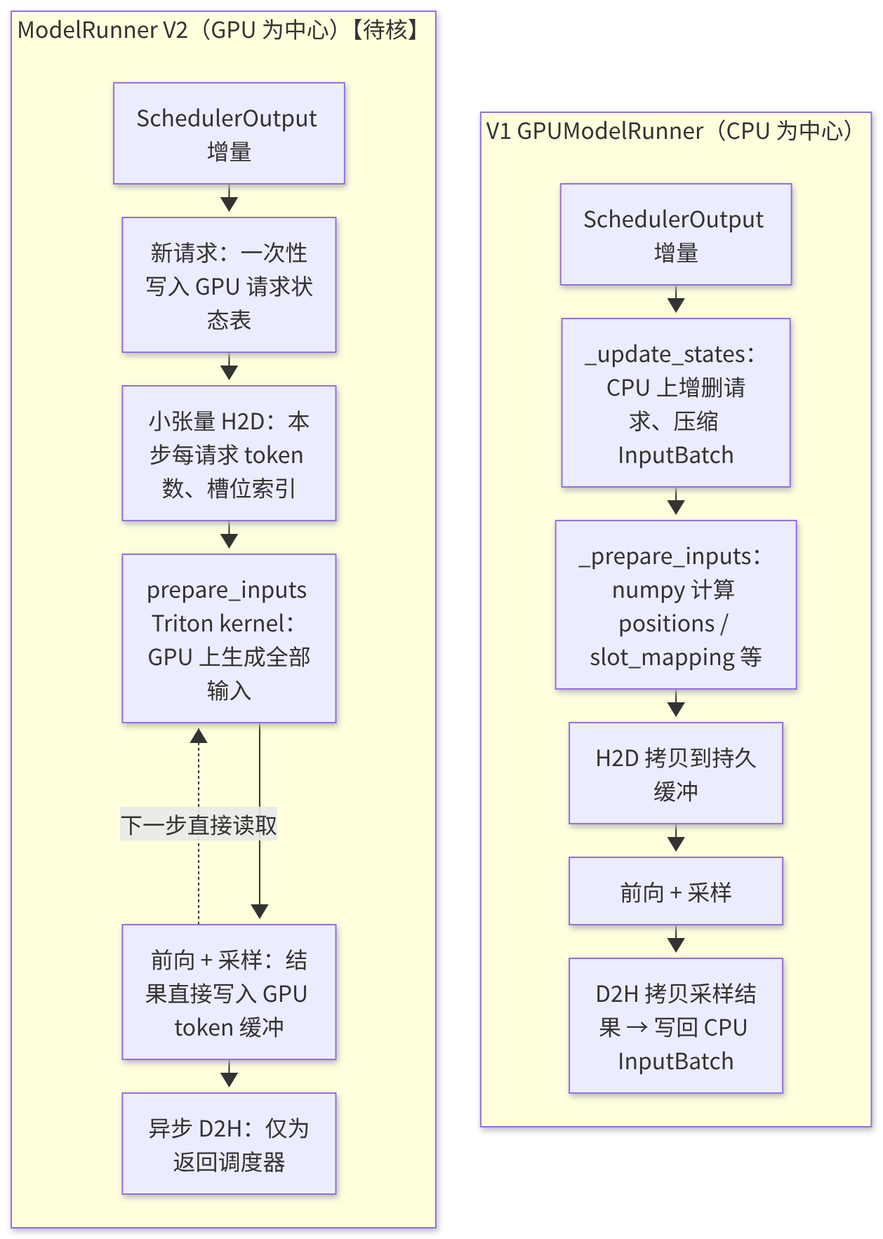
Wedsonlin/vllm_code keeps this Mermaid diagram as course/revised/images/F4/F4-fig1.png. Above is the earlier version. Its source is kept beside it as course/revised/diagrams-src/F4/F4-fig1.mmd. The source it was exported from:
```mermaid
flowchart TB
  subgraph V1["V1 GPUModelRunner（CPU 为中心）"]
    A1["SchedulerOutput 增量"] --> B1["_update_states：CPU 上增删请求、压缩 InputBatch"]
    B1 --> C1["_prepare_inputs：numpy 计算 positions / slot_mapping 等"]
    C1 --> D1["H2D 拷贝到持久缓冲"]
    D1 --> E1["前向 + 采样"]
    E1 --> F1["D2H 拷贝采样结果 → 写回 CPU InputBatch"]
  end
  subgraph V2["ModelRunner V2（GPU 为中心）【待核】"]
    A2["SchedulerOutput 增量"] --> B2["新请求：一次性写入 GPU 请求状态表"]
    B2 --> C2["小张量 H2D：本步每请求 token 数、槽位索引"]
    C2 --> D2["prepare_inputs Triton kernel：GPU 上生成全部输入"]
    D2 --> E2["前向 + 采样：结果直接写入 GPU token 缓冲"]
    E2 --> F2["异步 D2H：仅为返回调度器"]
    E2 -.->|"下一步直接读取"| D2
  end
```
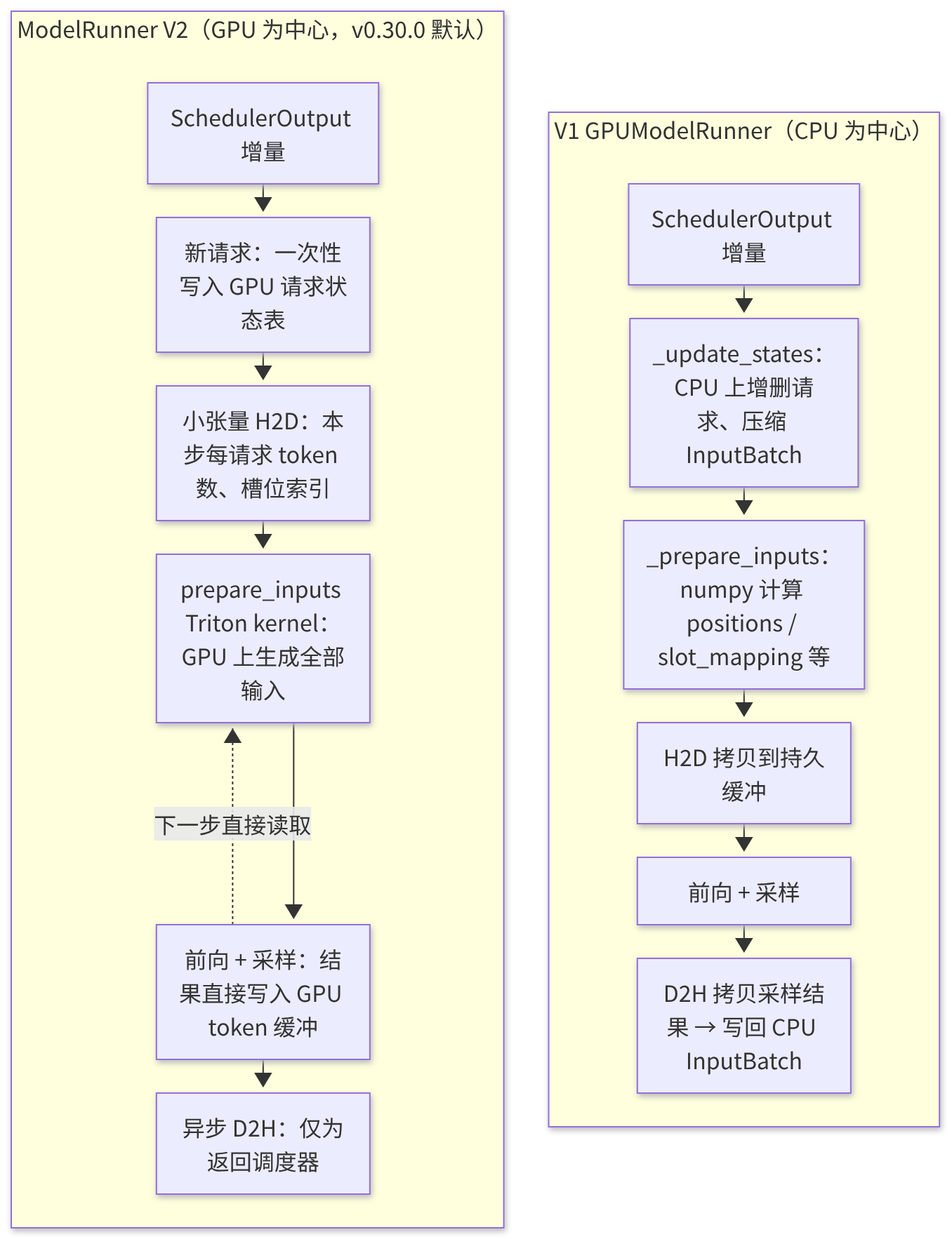
The same file after the commit.

Change to the diagram source:
```diff
@@ -6,7 +6,7 @@
     D1 --> E1["前向 + 采样"]
     E1 --> F1["D2H 拷贝采样结果 → 写回 CPU InputBatch"]
   end
-  subgraph V2["ModelRunner V2（GPU 为中心）【待核】"]
+  subgraph V2["ModelRunner V2（GPU 为中心，v0.30.0 默认）"]
     A2["SchedulerOutput 增量"] --> B2["新请求：一次性写入 GPU 请求状态表"]
     B2 --> C2["小张量 H2D：本步每请求 token 数、槽位索引"]
     C2 --> D2["prepare_inputs Triton kernel：GPU 上生成全部输入"]
```
